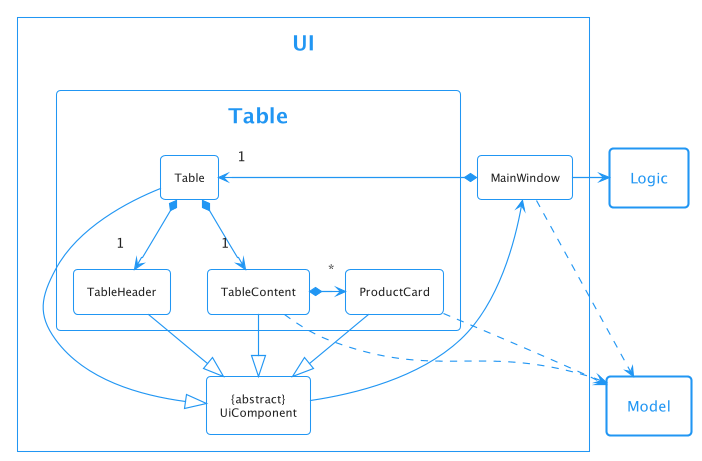
The PlantUML diagram docs/images/UiTableDiagram.png in nus-cs2103-AY2122S2/tp, before a commit. Its diagram source:
```plantuml
@startuml
!include style.puml
!theme materia-outline

skinparam backgroundColor white
skinparam shadowing false
skinparam arrowThickness 1.1

package UI {
    Class "{abstract}\nUiComponent" as UiComponent
    Class MainWindow
    package Table <<Rectangle>> {
        Class ProductCard
        Class Table
        Class TableContent
        Class TableHeader
    }
}

package Model <<Rectangle>> {
}

package Logic <<Rectangle>> {
}

MainWindow *-right-> "1" Table

Table *--> "1" TableContent
Table *--> "1" TableHeader

TableContent *-> "*" ProductCard

ProductCard --|> UiComponent
Table --|> UiComponent
TableContent --|> UiComponent
TableHeader --|> UiComponent

TableContent ..> Model
MainWindow ..> Model
ProductCard ..> Model

UiComponent -left-> MainWindow

MainWindow -right-> Logic

@enduml
```
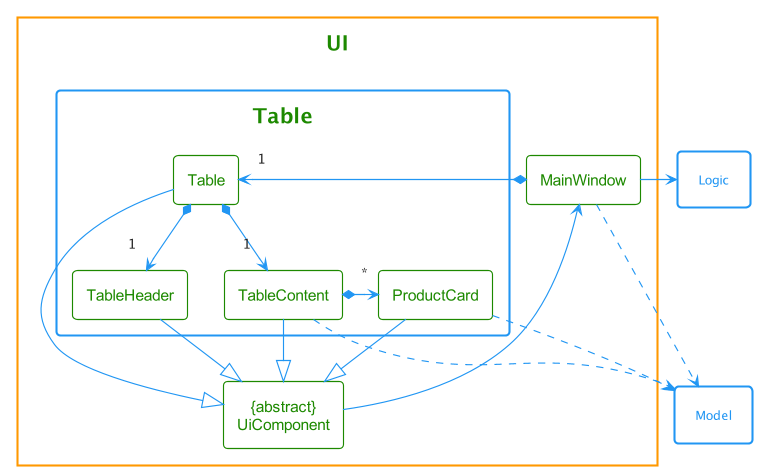
The same file after the commit.

The edit, as a diff of the source:
```diff
@@ -1,10 +1,17 @@
 @startuml
 !include style.puml
-!theme materia-outline
 
-skinparam backgroundColor white
-skinparam shadowing false
-skinparam arrowThickness 1.1
+!$theme_color = UI_COLOR
+
+skinparam TitleFontColor $theme_color
+skinparam Class {
+    FontColor $theme_color
+    StereotypeFontColor $theme_color
+    BorderColor $theme_color
+    FontColor<<Hidden>> #FFFFFF
+    StereotypeFontColor<<Hidden>> #FFFFFF
+    BorderColor<<Hidden>> #FFFFFF
+}
 
 package UI {
     Class "{abstract}\nUiComponent" as UiComponent
```
